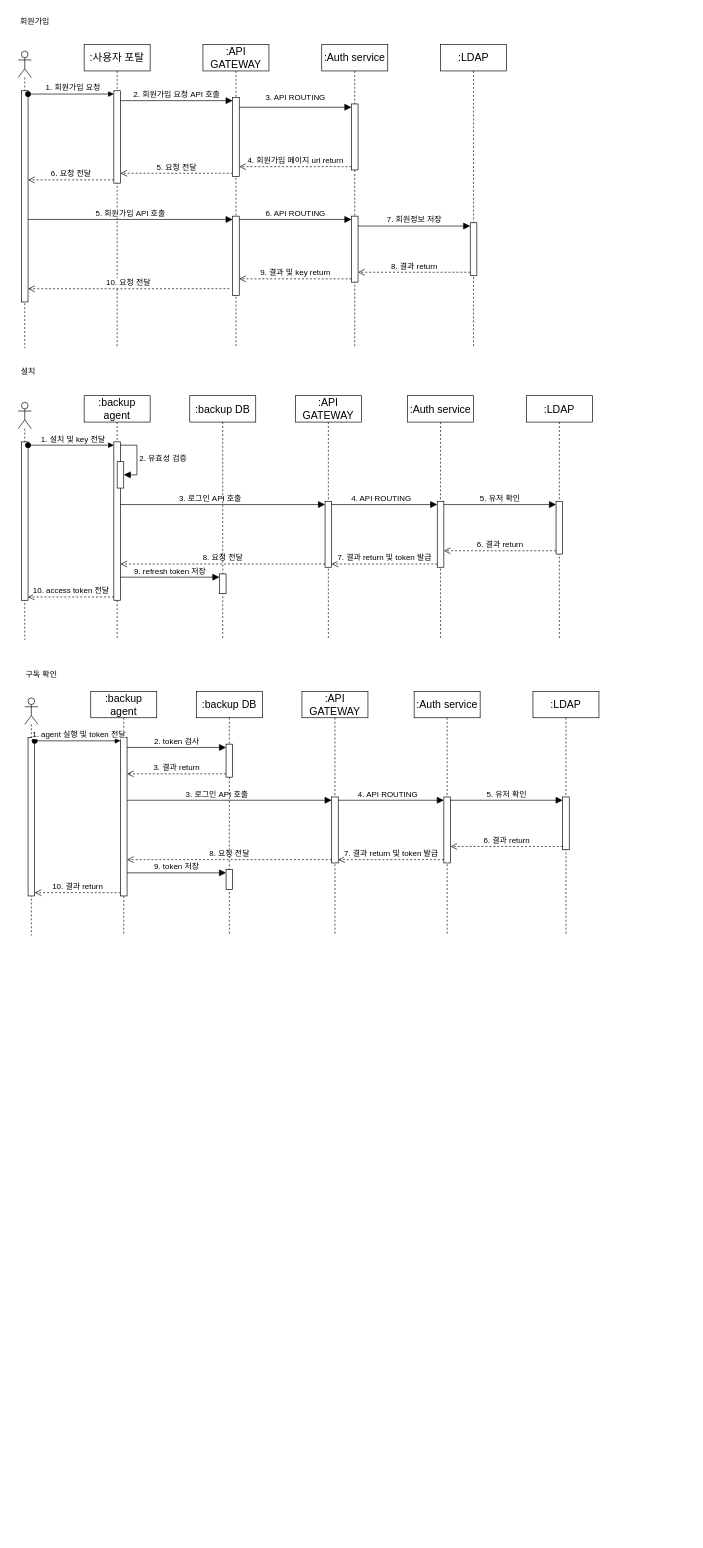
The draw.io diagram 제목 없는 다이어그램.drawio in HeyItsSPOON/Storage, before the edit. Source tidied: cells renumbered, new cells numbered last; positions are measured from the earlier drawing's top-left corner, leaving out a move shared by most shapes. Both pictures are drawn from the tidied source at 66%, with x=0, y=0 at pixel (11, 11).
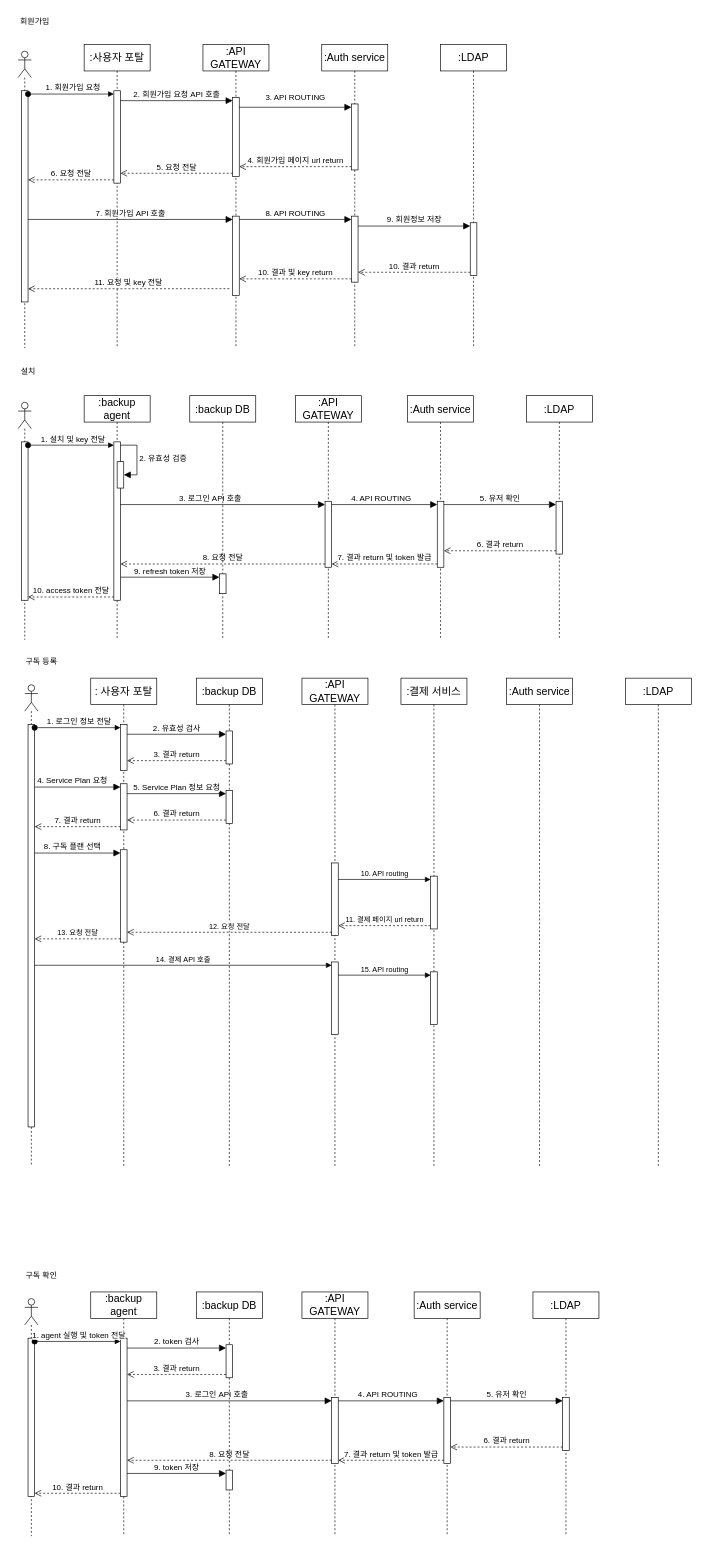
The same diagram, later.

Commit message (it also covers changes not shown here):
제목 없는 다이어그램.drawio 업데이트

Unchanged cells that the change refers to:
```xml
<mxCell id="3" style="html=1;points=[[0,0,0,0,5],[0,1,0,0,-5],[1,0,0,0,5],[1,1,0,0,-5]];perimeter=orthogonalPerimeter;outlineConnect=0;targetShapes=umlLifeline;portConstraint=eastwest;newEdgeStyle={&quot;curved&quot;:0,&quot;rounded&quot;:0};fontSize=16;" parent="2" vertex="1">
  <mxGeometry x="5" y="60" width="10" height="320" as="geometry" />
</mxCell>
<mxCell id="6" value=":API GATEWAY" style="shape=umlLifeline;perimeter=lifelinePerimeter;whiteSpace=wrap;html=1;outlineConnect=0;portConstraint=eastwest;newEdgeStyle={&quot;curved&quot;:0,&quot;rounded&quot;:0};fontSize=16;" parent="1" vertex="1">
  <mxGeometry x="290" y="50" width="100" height="460" as="geometry" />
</mxCell>
<mxCell id="8" style="html=1;points=[[0,0,0,0,5],[0,1,0,0,-5],[1,0,0,0,5],[1,1,0,0,-5]];perimeter=orthogonalPerimeter;outlineConnect=0;targetShapes=umlLifeline;portConstraint=eastwest;newEdgeStyle={&quot;curved&quot;:0,&quot;rounded&quot;:0};fontSize=16;" parent="6" vertex="1">
  <mxGeometry x="45" y="260" width="10" height="120" as="geometry" />
</mxCell>
<mxCell id="9" value=":Auth service" style="shape=umlLifeline;perimeter=lifelinePerimeter;whiteSpace=wrap;html=1;newEdgeStyle={&quot;curved&quot;:0,&quot;rounded&quot;:0};fontSize=16;" parent="1" vertex="1">
  <mxGeometry x="470" y="50" width="100" height="460" as="geometry" />
</mxCell>
<mxCell id="11" style="html=1;points=[[0,0,0,0,5],[0,1,0,0,-5],[1,0,0,0,5],[1,1,0,0,-5]];perimeter=orthogonalPerimeter;outlineConnect=0;targetShapes=umlLifeline;portConstraint=eastwest;newEdgeStyle={&quot;curved&quot;:0,&quot;rounded&quot;:0};fontSize=16;" parent="9" vertex="1">
  <mxGeometry x="45" y="260" width="10" height="100" as="geometry" />
</mxCell>
<mxCell id="14" style="html=1;points=[[0,0,0,0,5],[0,1,0,0,-5],[1,0,0,0,5],[1,1,0,0,-5]];perimeter=orthogonalPerimeter;outlineConnect=0;targetShapes=umlLifeline;portConstraint=eastwest;newEdgeStyle={&quot;curved&quot;:0,&quot;rounded&quot;:0};fontSize=16;" parent="13" vertex="1">
  <mxGeometry x="45" y="270" width="10" height="80" as="geometry" />
</mxCell>
<mxCell id="61" style="html=1;points=[[0,0,0,0,5],[0,1,0,0,-5],[1,0,0,0,5],[1,1,0,0,-5]];perimeter=orthogonalPerimeter;outlineConnect=0;targetShapes=umlLifeline;portConstraint=eastwest;newEdgeStyle={&quot;curved&quot;:0,&quot;rounded&quot;:0};fontSize=16;" parent="60" vertex="1">
  <mxGeometry x="45" y="160" width="10" height="80" as="geometry" />
</mxCell>
```

Change to the diagram source:
```diff
@@
-    <mxCell id="12" value="8. 결과 return" style="html=1;verticalAlign=bottom;endArrow=open;dashed=1;endSize=8;curved=0;rounded=0;exitX=0;exitY=1;exitDx=0;exitDy=-5;fontSize=12;" parent="9" edge="1" target="11">
+    <mxCell id="12" value="10. 결과 return" style="html=1;verticalAlign=bottom;endArrow=open;dashed=1;endSize=8;curved=0;rounded=0;exitX=0;exitY=1;exitDx=0;exitDy=-5;fontSize=12;" parent="9" edge="1" target="11">
       <mxGeometry relative="1" as="geometry">
         <mxPoint x="225" y="345" as="sourcePoint" />
       </mxGeometry>
     </mxCell>
@@
-    <mxCell id="19" value="5. 회원가입 API 호출" style="html=1;verticalAlign=bottom;endArrow=block;curved=0;rounded=0;entryX=0;entryY=0;entryDx=0;entryDy=5;fontSize=12;startSize=8;endSize=8;" parent="1" edge="1" source="3" target="8">
+    <mxCell id="19" value="7. 회원가입 API 호출" style="html=1;verticalAlign=bottom;endArrow=block;curved=0;rounded=0;entryX=0;entryY=0;entryDx=0;entryDy=5;fontSize=12;startSize=8;endSize=8;" parent="1" edge="1" source="3" target="8">
       <mxGeometry relative="1" as="geometry" />
     </mxCell>
-    <mxCell id="20" value="6. API ROUTING" style="html=1;verticalAlign=bottom;endArrow=block;curved=0;rounded=0;entryX=0;entryY=0;entryDx=0;entryDy=5;fontSize=12;startSize=8;endSize=8;" parent="1" edge="1" source="8" target="11">
+    <mxCell id="20" value="8. API ROUTING" style="html=1;verticalAlign=bottom;endArrow=block;curved=0;rounded=0;entryX=0;entryY=0;entryDx=0;entryDy=5;fontSize=12;startSize=8;endSize=8;" parent="1" edge="1" source="8" target="11">
       <mxGeometry relative="1" as="geometry" />
     </mxCell>
-    <mxCell id="21" value="7. 회원정보 저장" style="html=1;verticalAlign=bottom;endArrow=block;curved=0;rounded=0;entryX=0;entryY=0;entryDx=0;entryDy=5;fontSize=12;startSize=8;endSize=8;" parent="1" edge="1" source="11" target="14">
+    <mxCell id="21" value="9. 회원정보 저장" style="html=1;verticalAlign=bottom;endArrow=block;curved=0;rounded=0;entryX=0;entryY=0;entryDx=0;entryDy=5;fontSize=12;startSize=8;endSize=8;" parent="1" edge="1" source="11" target="14">
       <mxGeometry relative="1" as="geometry" />
     </mxCell>
@@
-    <mxCell id="24" value="9. 결과 및 key return" style="html=1;verticalAlign=bottom;endArrow=open;dashed=1;endSize=8;curved=0;rounded=0;fontSize=12;exitX=0;exitY=1;exitDx=0;exitDy=-5;exitPerimeter=0;" parent="1" edge="1" source="11">
+    <mxCell id="24" value="10. 결과 및 key return" style="html=1;verticalAlign=bottom;endArrow=open;dashed=1;endSize=8;curved=0;rounded=0;fontSize=12;exitX=0;exitY=1;exitDx=0;exitDy=-5;exitPerimeter=0;" parent="1" edge="1" source="11">
       <mxGeometry relative="1" as="geometry">
         <mxPoint x="345" y="405" as="targetPoint" />
       </mxGeometry>
     </mxCell>
-    <mxCell id="25" value="10. 요청 전달" style="html=1;verticalAlign=bottom;endArrow=open;dashed=1;endSize=8;curved=0;rounded=0;fontSize=12;exitX=0.4;exitY=0.804;exitDx=0;exitDy=0;exitPerimeter=0;" parent="1" edge="1" source="6" target="3">
+    <mxCell id="25" value="11. 요청 및 key 전달" style="html=1;verticalAlign=bottom;endArrow=open;dashed=1;endSize=8;curved=0;rounded=0;fontSize=12;exitX=0.4;exitY=0.804;exitDx=0;exitDy=0;exitPerimeter=0;" parent="1" edge="1" source="6" target="3">
       <mxGeometry relative="1" as="geometry">
         <Array as="points">
           <mxPoint x="170" y="420" />
         </Array>
       </mxGeometry>
     </mxCell>
@@
     <mxCell id="48" value="구독 확인" style="text;html=1;align=center;verticalAlign=middle;strokeColor=none;fillColor=none;" parent="1" vertex="1">
-      <mxGeometry x="10" y="990" width="70" height="30" as="geometry" />
+      <mxGeometry x="10" y="1900" width="70" height="30" as="geometry" />
     </mxCell>
@@
     <mxCell id="52" style="shape=umlLifeline;perimeter=lifelinePerimeter;whiteSpace=wrap;html=1;newEdgeStyle={&quot;curved&quot;:0,&quot;rounded&quot;:0};participant=umlActor;fontSize=16;" parent="1" vertex="1">
-      <mxGeometry x="20" y="1040" width="20" height="360" as="geometry" />
+      <mxGeometry x="20" y="1950" width="20" height="360" as="geometry" />
     </mxCell>
@@
     <mxCell id="54" value=":backup agent" style="shape=umlLifeline;perimeter=lifelinePerimeter;whiteSpace=wrap;html=1;newEdgeStyle={&quot;curved&quot;:0,&quot;rounded&quot;:0};fontSize=16;" parent="1" vertex="1">
-      <mxGeometry x="120" y="1030" width="100" height="370" as="geometry" />
+      <mxGeometry x="120" y="1940" width="100" height="370" as="geometry" />
     </mxCell>
@@
     <mxCell id="56" value=":API GATEWAY" style="shape=umlLifeline;perimeter=lifelinePerimeter;whiteSpace=wrap;html=1;newEdgeStyle={&quot;curved&quot;:0,&quot;rounded&quot;:0};fontSize=16;" parent="1" vertex="1">
-      <mxGeometry x="440" y="1030" width="100" height="370" as="geometry" />
+      <mxGeometry x="440" y="1940" width="100" height="370" as="geometry" />
     </mxCell>
@@
     <mxCell id="58" value=":Auth service" style="shape=umlLifeline;perimeter=lifelinePerimeter;whiteSpace=wrap;html=1;newEdgeStyle={&quot;curved&quot;:0,&quot;rounded&quot;:0};fontSize=16;" parent="1" vertex="1">
-      <mxGeometry x="610" y="1030" width="100" height="370" as="geometry" />
+      <mxGeometry x="610" y="1940" width="100" height="370" as="geometry" />
     </mxCell>
@@
     <mxCell id="60" value=":LDAP" style="shape=umlLifeline;perimeter=lifelinePerimeter;whiteSpace=wrap;html=1;newEdgeStyle={&quot;curved&quot;:0,&quot;rounded&quot;:0};fontSize=16;" parent="1" vertex="1">
-      <mxGeometry x="790" y="1030" width="100" height="370" as="geometry" />
+      <mxGeometry x="790" y="1940" width="100" height="370" as="geometry" />
     </mxCell>
@@
     <mxCell id="65" value="5. 유저 확인" style="html=1;verticalAlign=bottom;endArrow=block;curved=0;rounded=0;entryX=0;entryY=0;entryDx=0;entryDy=5;fontSize=12;startSize=8;endSize=8;" parent="1" edge="1" target="61">
       <mxGeometry relative="1" as="geometry">
-        <mxPoint x="665" y="1195" as="sourcePoint" />
+        <mxPoint x="665" y="2105" as="sourcePoint" />
       </mxGeometry>
     </mxCell>
@@
     <mxCell id="70" value=":backup DB" style="shape=umlLifeline;perimeter=lifelinePerimeter;whiteSpace=wrap;html=1;newEdgeStyle={&quot;curved&quot;:0,&quot;rounded&quot;:0};fontSize=16;" parent="1" vertex="1">
-      <mxGeometry x="280" y="1030" width="100" height="370" as="geometry" />
+      <mxGeometry x="280" y="1940" width="100" height="370" as="geometry" />
     </mxCell>
@@
+    <mxCell id="76" value="구독 등록" style="text;html=1;align=center;verticalAlign=middle;strokeColor=none;fillColor=none;" parent="1" vertex="1">
+      <mxGeometry x="10" y="970" width="70" height="30" as="geometry" />
+    </mxCell>
+    <mxCell id="77" style="shape=umlLifeline;perimeter=lifelinePerimeter;whiteSpace=wrap;html=1;newEdgeStyle={&quot;curved&quot;:0,&quot;rounded&quot;:0};participant=umlActor;fontSize=16;" parent="1" vertex="1">
+      <mxGeometry x="20" y="1020" width="20" height="730" as="geometry" />
+    </mxCell>
+    <mxCell id="78" style="html=1;points=[[0,0,0,0,5],[0,1,0,0,-5],[1,0,0,0,5],[1,1,0,0,-5]];perimeter=orthogonalPerimeter;outlineConnect=0;targetShapes=umlLifeline;portConstraint=eastwest;newEdgeStyle={&quot;curved&quot;:0,&quot;rounded&quot;:0};fontSize=16;" parent="77" vertex="1">
+      <mxGeometry x="5" y="60" width="10" height="610" as="geometry" />
+    </mxCell>
+    <mxCell id="79" value=": 사용자 포탈" style="shape=umlLifeline;perimeter=lifelinePerimeter;whiteSpace=wrap;html=1;newEdgeStyle={&quot;curved&quot;:0,&quot;rounded&quot;:0};fontSize=16;" parent="1" vertex="1">
+      <mxGeometry x="120" y="1010" width="100" height="740" as="geometry" />
+    </mxCell>
+    <mxCell id="80" style="html=1;points=[[0,0,0,0,5],[0,1,0,0,-5],[1,0,0,0,5],[1,1,0,0,-5]];perimeter=orthogonalPerimeter;outlineConnect=0;targetShapes=umlLifeline;portConstraint=eastwest;newEdgeStyle={&quot;curved&quot;:0,&quot;rounded&quot;:0};fontSize=16;" parent="79" vertex="1">
+      <mxGeometry x="45" y="70" width="10" height="70" as="geometry" />
+    </mxCell>
+    <mxCell id="81" style="html=1;points=[[0,0,0,0,5],[0,1,0,0,-5],[1,0,0,0,5],[1,1,0,0,-5]];perimeter=orthogonalPerimeter;outlineConnect=0;targetShapes=umlLifeline;portConstraint=eastwest;newEdgeStyle={&quot;curved&quot;:0,&quot;rounded&quot;:0};fontSize=16;" parent="79" vertex="1">
+      <mxGeometry x="45" y="160" width="10" height="70" as="geometry" />
+    </mxCell>
+    <mxCell id="82" style="html=1;points=[[0,0,0,0,5],[0,1,0,0,-5],[1,0,0,0,5],[1,1,0,0,-5]];perimeter=orthogonalPerimeter;outlineConnect=0;targetShapes=umlLifeline;portConstraint=eastwest;newEdgeStyle={&quot;curved&quot;:0,&quot;rounded&quot;:0};fontSize=16;" parent="79" vertex="1">
+      <mxGeometry x="45" y="260" width="10" height="140" as="geometry" />
+    </mxCell>
+    <mxCell id="83" value=":API GATEWAY" style="shape=umlLifeline;perimeter=lifelinePerimeter;whiteSpace=wrap;html=1;newEdgeStyle={&quot;curved&quot;:0,&quot;rounded&quot;:0};fontSize=16;" parent="1" vertex="1">
+      <mxGeometry x="440" y="1010" width="100" height="740" as="geometry" />
+    </mxCell>
+    <mxCell id="84" style="html=1;points=[[0,0,0,0,5],[0,1,0,0,-5],[1,0,0,0,5],[1,1,0,0,-5]];perimeter=orthogonalPerimeter;outlineConnect=0;targetShapes=umlLifeline;portConstraint=eastwest;newEdgeStyle={&quot;curved&quot;:0,&quot;rounded&quot;:0};" parent="83" vertex="1">
+      <mxGeometry x="45" y="280" width="10" height="110" as="geometry" />
+    </mxCell>
+    <mxCell id="85" style="html=1;points=[[0,0,0,0,5],[0,1,0,0,-5],[1,0,0,0,5],[1,1,0,0,-5]];perimeter=orthogonalPerimeter;outlineConnect=0;targetShapes=umlLifeline;portConstraint=eastwest;newEdgeStyle={&quot;curved&quot;:0,&quot;rounded&quot;:0};" parent="83" vertex="1">
+      <mxGeometry x="45" y="430" width="10" height="110" as="geometry" />
+    </mxCell>
+    <mxCell id="86" value=":Auth service" style="shape=umlLifeline;perimeter=lifelinePerimeter;whiteSpace=wrap;html=1;newEdgeStyle={&quot;curved&quot;:0,&quot;rounded&quot;:0};fontSize=16;" parent="1" vertex="1">
+      <mxGeometry x="750" y="1010" width="100" height="740" as="geometry" />
+    </mxCell>
+    <mxCell id="87" value=":LDAP" style="shape=umlLifeline;perimeter=lifelinePerimeter;whiteSpace=wrap;html=1;newEdgeStyle={&quot;curved&quot;:0,&quot;rounded&quot;:0};fontSize=16;" parent="1" vertex="1">
+      <mxGeometry x="930" y="1010" width="100" height="740" as="geometry" />
+    </mxCell>
+    <mxCell id="88" value="1. 로그인 정보 전달" style="html=1;verticalAlign=bottom;startArrow=oval;endArrow=block;startSize=8;curved=0;rounded=0;fontSize=12;exitX=1;exitY=0;exitDx=0;exitDy=5;exitPerimeter=0;entryX=0;entryY=0;entryDx=0;entryDy=5;entryPerimeter=0;" parent="1" edge="1" source="78" target="80">
+      <mxGeometry x="0.03" relative="1" as="geometry" />
+    </mxCell>
+    <mxCell id="89" value="4. Service Plan 요청" style="html=1;verticalAlign=bottom;endArrow=block;curved=0;rounded=0;fontSize=12;startSize=8;endSize=8;entryX=0;entryY=0;entryDx=0;entryDy=5;entryPerimeter=0;" parent="1" edge="1" source="78" target="81">
+      <mxGeometry x="-0.12" relative="1" as="geometry" />
+    </mxCell>
+    <mxCell id="90" value=":backup DB" style="shape=umlLifeline;perimeter=lifelinePerimeter;whiteSpace=wrap;html=1;newEdgeStyle={&quot;curved&quot;:0,&quot;rounded&quot;:0};fontSize=16;" parent="1" vertex="1">
+      <mxGeometry x="280" y="1010" width="100" height="740" as="geometry" />
+    </mxCell>
+    <mxCell id="91" style="html=1;points=[[0,0,0,0,5],[0,1,0,0,-5],[1,0,0,0,5],[1,1,0,0,-5]];perimeter=orthogonalPerimeter;outlineConnect=0;targetShapes=umlLifeline;portConstraint=eastwest;newEdgeStyle={&quot;curved&quot;:0,&quot;rounded&quot;:0};fontSize=16;" parent="90" vertex="1">
+      <mxGeometry x="45" y="80" width="10" height="50" as="geometry" />
+    </mxCell>
+    <mxCell id="92" style="html=1;points=[[0,0,0,0,5],[0,1,0,0,-5],[1,0,0,0,5],[1,1,0,0,-5]];perimeter=orthogonalPerimeter;outlineConnect=0;targetShapes=umlLifeline;portConstraint=eastwest;newEdgeStyle={&quot;curved&quot;:0,&quot;rounded&quot;:0};fontSize=16;" parent="90" vertex="1">
+      <mxGeometry x="45" y="170" width="10" height="50" as="geometry" />
+    </mxCell>
+    <mxCell id="93" value="5. Service Plan 정보 요청" style="html=1;verticalAlign=bottom;endArrow=block;curved=0;rounded=0;entryX=0;entryY=0;entryDx=0;entryDy=5;fontSize=12;startSize=8;endSize=8;entryPerimeter=0;" parent="90" edge="1" target="92">
+      <mxGeometry relative="1" as="geometry">
+        <mxPoint x="-105" y="175" as="sourcePoint" />
+      </mxGeometry>
+    </mxCell>
+    <mxCell id="94" value="6. 결과 return" style="html=1;verticalAlign=bottom;endArrow=open;dashed=1;endSize=8;curved=0;rounded=0;fontSize=12;exitX=0;exitY=1;exitDx=0;exitDy=-5;exitPerimeter=0;" parent="90" edge="1" source="92">
+      <mxGeometry relative="1" as="geometry">
+        <mxPoint x="-105" y="215" as="targetPoint" />
+      </mxGeometry>
+    </mxCell>
+    <mxCell id="95" value="2. 유효성 검사" style="html=1;verticalAlign=bottom;endArrow=block;curved=0;rounded=0;entryX=0;entryY=0;entryDx=0;entryDy=5;fontSize=12;startSize=8;endSize=8;entryPerimeter=0;" parent="1" edge="1" source="80" target="91">
+      <mxGeometry relative="1" as="geometry" />
+    </mxCell>
+    <mxCell id="96" value="3. 결과 return" style="html=1;verticalAlign=bottom;endArrow=open;dashed=1;endSize=8;curved=0;rounded=0;fontSize=12;exitX=0;exitY=1;exitDx=0;exitDy=-5;exitPerimeter=0;" parent="1" edge="1" source="91" target="80">
+      <mxGeometry relative="1" as="geometry" />
+    </mxCell>
+    <mxCell id="97" value="7. 결과 return" style="html=1;verticalAlign=bottom;endArrow=open;dashed=1;endSize=8;curved=0;rounded=0;fontSize=12;exitX=0;exitY=1;exitDx=0;exitDy=-5;exitPerimeter=0;" parent="1" edge="1" source="81" target="78">
+      <mxGeometry relative="1" as="geometry" />
+    </mxCell>
+    <mxCell id="98" value="8. 구독 플랜 선택" style="html=1;verticalAlign=bottom;endArrow=block;curved=0;rounded=0;fontSize=12;startSize=8;endSize=8;entryX=0;entryY=0;entryDx=0;entryDy=5;entryPerimeter=0;" parent="1" edge="1" source="78" target="82">
+      <mxGeometry x="-0.12" relative="1" as="geometry" />
+    </mxCell>
+    <mxCell id="99" value="14. 결제 API 호출" style="html=1;verticalAlign=bottom;endArrow=block;curved=0;rounded=0;entryX=0;entryY=0;entryDx=0;entryDy=5;entryPerimeter=0;" parent="1" edge="1" source="78" target="85">
+      <mxGeometry relative="1" as="geometry" />
+    </mxCell>
+    <mxCell id="100" value=":결제 서비스" style="shape=umlLifeline;perimeter=lifelinePerimeter;whiteSpace=wrap;html=1;newEdgeStyle={&quot;curved&quot;:0,&quot;rounded&quot;:0};fontSize=16;" parent="1" vertex="1">
+      <mxGeometry x="590" y="1010" width="100" height="740" as="geometry" />
+    </mxCell>
+    <mxCell id="101" style="html=1;points=[[0,0,0,0,5],[0,1,0,0,-5],[1,0,0,0,5],[1,1,0,0,-5]];perimeter=orthogonalPerimeter;outlineConnect=0;targetShapes=umlLifeline;portConstraint=eastwest;newEdgeStyle={&quot;curved&quot;:0,&quot;rounded&quot;:0};" parent="100" vertex="1">
+      <mxGeometry x="45" y="300" width="10" height="80" as="geometry" />
+    </mxCell>
+    <mxCell id="102" style="html=1;points=[[0,0,0,0,5],[0,1,0,0,-5],[1,0,0,0,5],[1,1,0,0,-5]];perimeter=orthogonalPerimeter;outlineConnect=0;targetShapes=umlLifeline;portConstraint=eastwest;newEdgeStyle={&quot;curved&quot;:0,&quot;rounded&quot;:0};" parent="100" vertex="1">
+      <mxGeometry x="45" y="445" width="10" height="80" as="geometry" />
+    </mxCell>
+    <mxCell id="103" value="10. API routing" style="html=1;verticalAlign=bottom;endArrow=block;curved=0;rounded=0;entryX=0;entryY=0;entryDx=0;entryDy=5;" parent="1" edge="1" source="84" target="101">
+      <mxGeometry relative="1" as="geometry" />
+    </mxCell>
+    <mxCell id="104" value="11. 결제 페이지 url return" style="html=1;verticalAlign=bottom;endArrow=open;dashed=1;endSize=8;curved=0;rounded=0;exitX=0;exitY=1;exitDx=0;exitDy=-5;" parent="1" edge="1" source="101" target="84">
+      <mxGeometry relative="1" as="geometry" />
+    </mxCell>
+    <mxCell id="105" value="12. 요청 전달" style="html=1;verticalAlign=bottom;endArrow=open;dashed=1;endSize=8;curved=0;rounded=0;exitX=0;exitY=1;exitDx=0;exitDy=-5;exitPerimeter=0;" parent="1" edge="1" source="84" target="82">
+      <mxGeometry relative="1" as="geometry" />
+    </mxCell>
+    <mxCell id="106" value="13. 요청 전달" style="html=1;verticalAlign=bottom;endArrow=open;dashed=1;endSize=8;curved=0;rounded=0;exitX=0;exitY=1;exitDx=0;exitDy=-5;exitPerimeter=0;" parent="1" edge="1" source="82" target="78">
+      <mxGeometry relative="1" as="geometry" />
+    </mxCell>
+    <mxCell id="107" value="15. API routing" style="html=1;verticalAlign=bottom;endArrow=block;curved=0;rounded=0;entryX=0;entryY=0;entryDx=0;entryDy=5;entryPerimeter=0;" parent="1" edge="1" source="85" target="102">
+      <mxGeometry relative="1" as="geometry" />
+    </mxCell>
```
